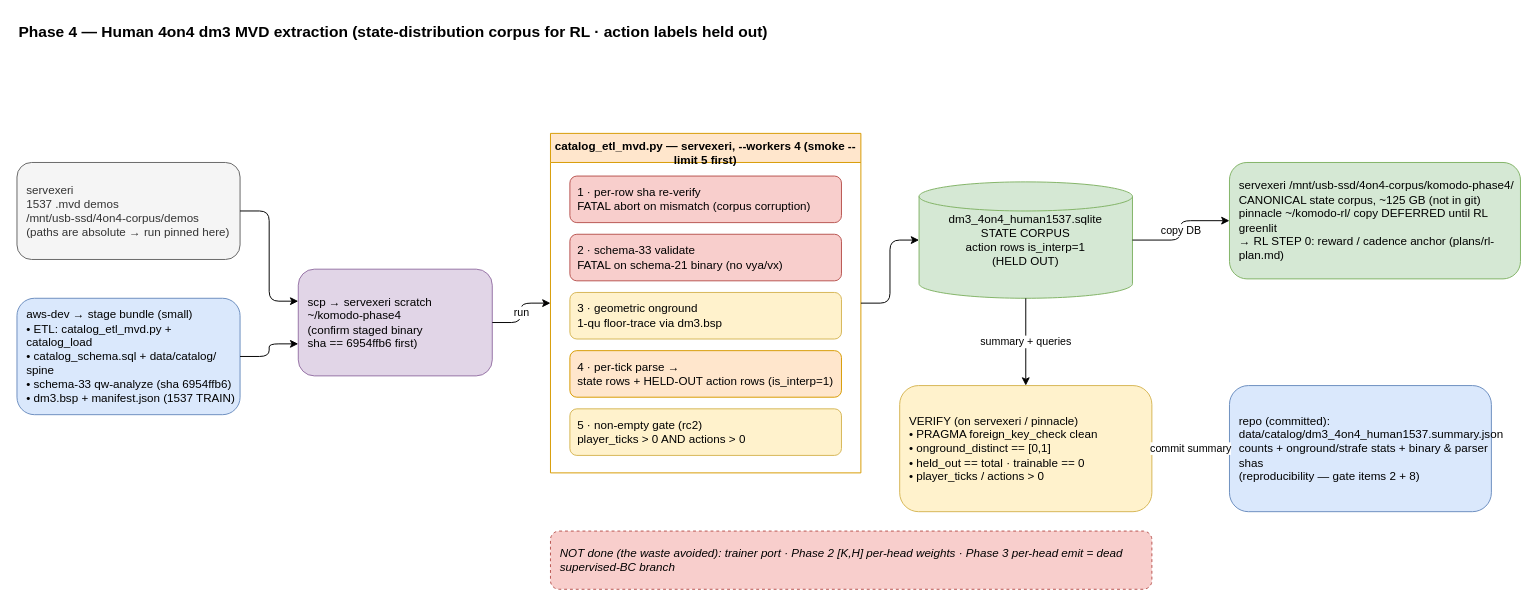
Xerialen/komodobots keeps this draw.io diagram as docs/diagrams/phase4_extraction.drawio. Above is the earlier version. Source tidied: cells renumbered, new cells numbered last; positions are measured from the earlier drawing's top-left corner, leaving out a move shared by most shapes. Both pictures are drawn from the tidied source at 97%, with x=0, y=0 at pixel (16, 16).
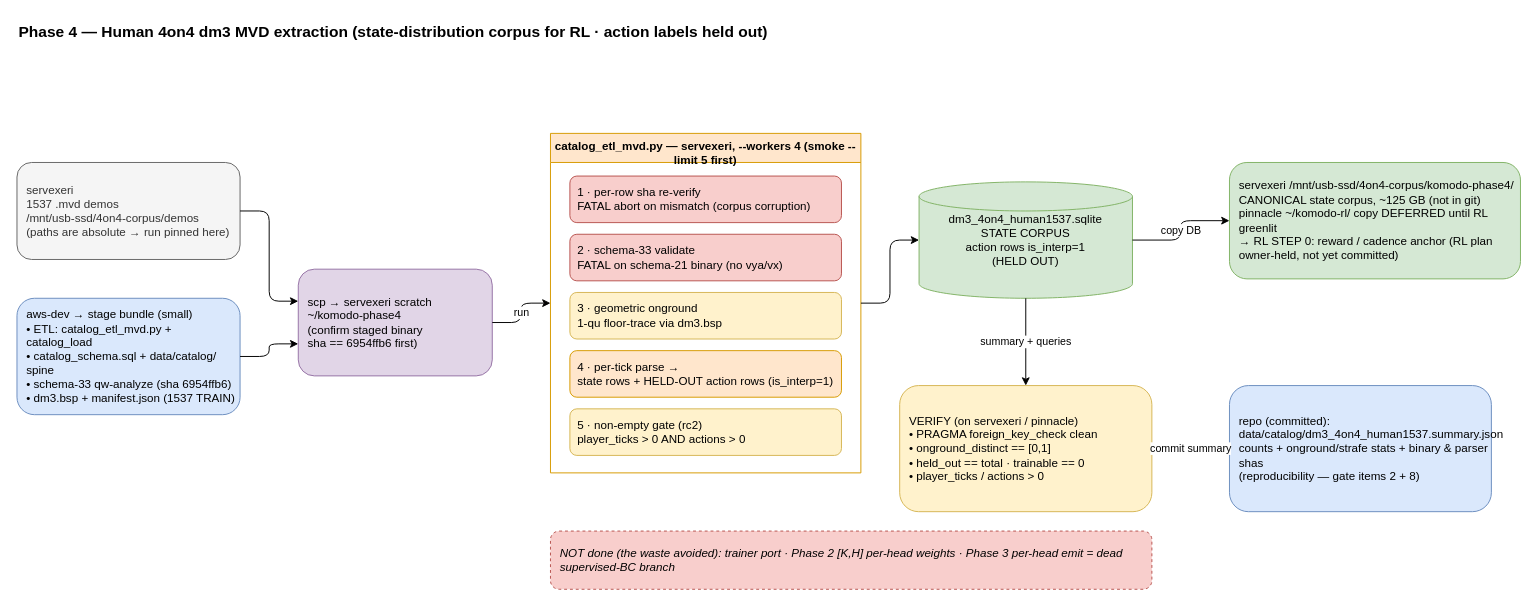
Above is the later version.

Commit message (it also covers changes not shown here):
docs/phase4: reword RL-plan references (owner-held, not a committed file)

Diff of the diagram source:
```diff
@@
-    <mxCell id="14" value="servexeri  /mnt/usb-ssd/4on4-corpus/komodo-phase4/&#10;CANONICAL state corpus, ~125 GB (not in git)&#10;pinnacle ~/komodo-rl/ copy DEFERRED until RL greenlit&#10;→ RL STEP 0: reward / cadence anchor (plans/rl-plan.md)" style="rounded=1;whiteSpace=wrap;html=1;fillColor=#d5e8d4;strokeColor=#82b366;align=left;spacingLeft=8;" parent="1" vertex="1">
+    <mxCell id="14" value="servexeri  /mnt/usb-ssd/4on4-corpus/komodo-phase4/&#10;CANONICAL state corpus, ~125 GB (not in git)&#10;pinnacle ~/komodo-rl/ copy DEFERRED until RL greenlit&#10;→ RL STEP 0: reward / cadence anchor (RL plan owner-held, not yet committed)" style="rounded=1;whiteSpace=wrap;html=1;fillColor=#d5e8d4;strokeColor=#82b366;align=left;spacingLeft=8;" parent="1" vertex="1">
       <mxGeometry x="1250" y="150" width="300" height="120" as="geometry" />
     </mxCell>
```
